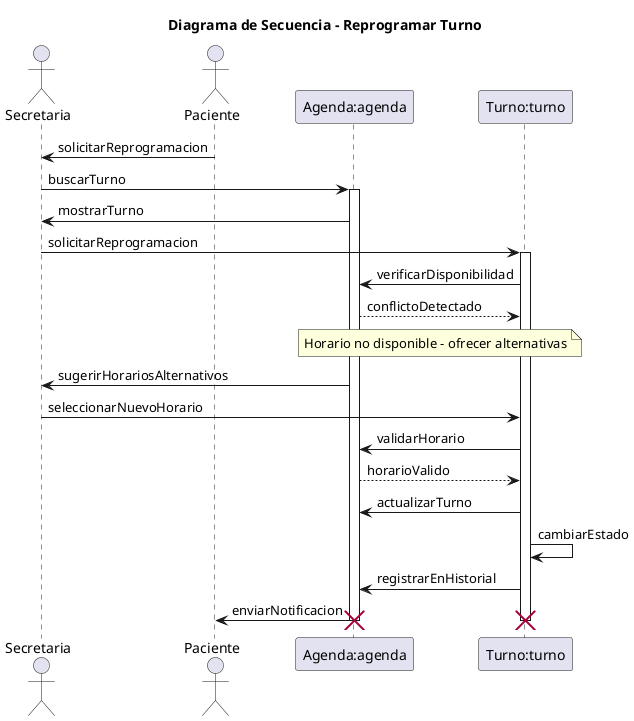
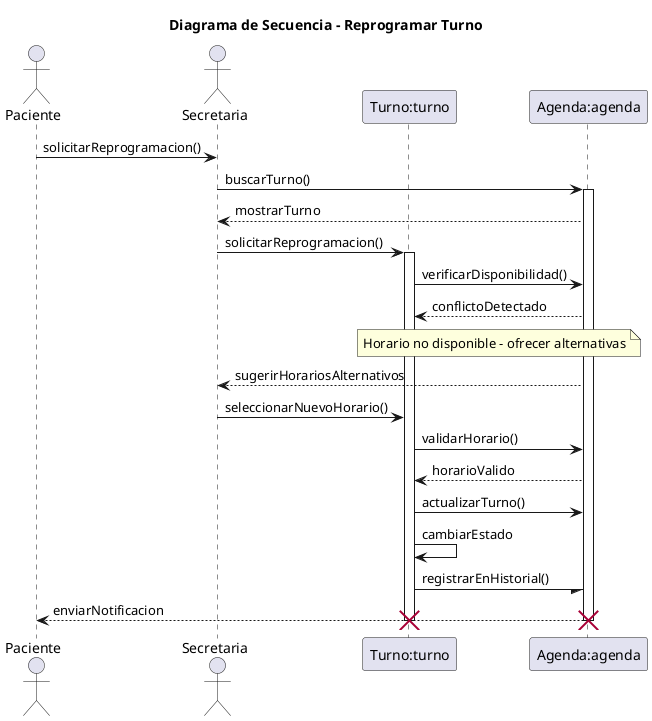
@startuml 05-secuencia-reprogramar-turno-03

title Diagrama de Secuencia - Reprogramar Turno
' Nombre del escenario: Reprogramar Turno - Flujo Alterno
' Archivo: diagramas/03-escenarios-casos-de-uso/03-reprogramar-turno-flujo-alterno.md
' Objetivo: Representar la reprogramación de un turno por conflicto de horario, involucrando secretaria, paciente y sistema, basado en responsabilidades de CRC (Secretaria gestiona turnos, Turno reprograma, Agenda verifica disponibilidad).

+ actor Paciente as paciente
actor Secretaria as secretaria
- actor Paciente as paciente
+ participant "Turno:turno" as turno
participant "Agenda:agenda" as agenda
- participant "Turno:turno" as turno

- paciente -> secretaria: solicitarReprogramacion

- secretaria -> agenda: buscarTurno
+ paciente -> secretaria: solicitarReprogramacion()
+ 
+ secretaria -> agenda: buscarTurno()
activate agenda

- agenda -> secretaria: mostrarTurno
+ agenda --> secretaria: mostrarTurno

- secretaria -> turno: solicitarReprogramacion
+ secretaria -> turno: solicitarReprogramacion()
activate turno

- turno -> agenda: verificarDisponibilidad
+ turno -> agenda: verificarDisponibilidad()
agenda --> turno: conflictoDetectado
note over agenda, turno : Horario no disponible - ofrecer alternativas

- agenda -> secretaria: sugerirHorariosAlternativos
- secretaria -> turno: seleccionarNuevoHorario
+ agenda --> secretaria: sugerirHorariosAlternativos
+ secretaria -> turno: seleccionarNuevoHorario()

- turno -> agenda: validarHorario
+ turno -> agenda: validarHorario()
agenda --> turno: horarioValido
- turno -> agenda: actualizarTurno
+ turno -> agenda: actualizarTurno()
turno -> turno: cambiarEstado
- turno -> agenda: registrarEnHistorial
+ turno -/ agenda: registrarEnHistorial()

- agenda -> paciente: enviarNotificacion
+ agenda --> paciente: enviarNotificacion

deactivate turno
deactivate agenda

destroy turno
destroy agenda

@enduml